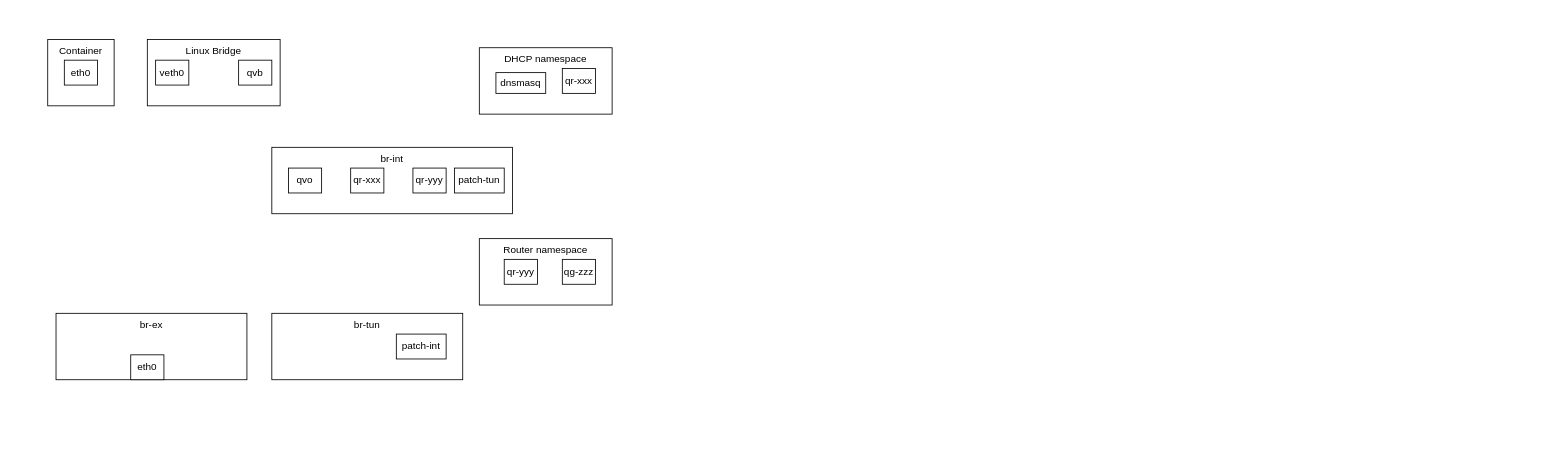
This is test.drawio from wangkuntian/draw, a draw.io file, before an edit. Source tidied: cells renumbered, new cells numbered last; positions are measured from the earlier drawing's top-left corner, leaving out a move shared by most shapes. Both pictures are drawn from the tidied source at 83%, with x=0, y=0 at pixel (47, 39).
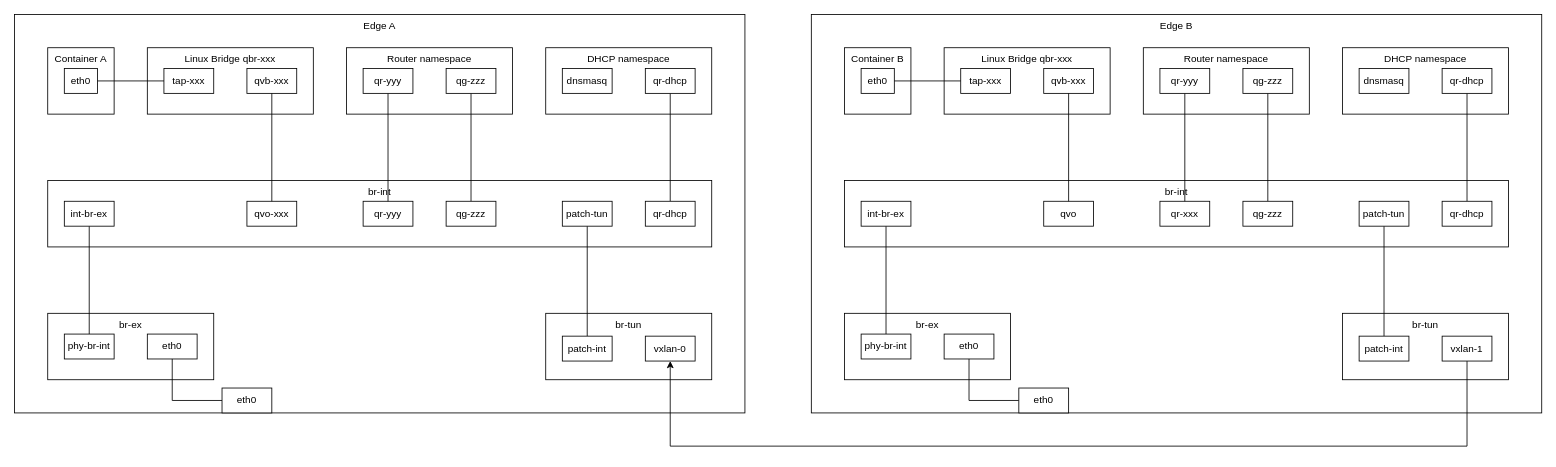
After the change.

The edit, as a diff of the source:
```diff
@@
+    <mxCell id="22" value="Edge A" style="rounded=0;whiteSpace=wrap;html=1;verticalAlign=top;" parent="1" vertex="1">
+      <mxGeometry x="-40" y="-30" width="880" height="480" as="geometry" />
+    </mxCell>
-    <mxCell id="2" value="Container" style="whiteSpace=wrap;html=1;verticalAlign=top;strokeColor=default;align=center;fontFamily=Helvetica;fontSize=12;fontColor=default;fillColor=default;" parent="1" vertex="1">
-      <mxGeometry width="80" height="80" as="geometry" />
+    <mxCell id="2" value="Container A" style="whiteSpace=wrap;html=1;verticalAlign=top;strokeColor=default;align=center;fontFamily=Helvetica;fontSize=12;fontColor=default;fillColor=default;" parent="1" vertex="1">
+      <mxGeometry y="10" width="80" height="80" as="geometry" />
     </mxCell>
     <mxCell id="3" value="eth0" style="rounded=0;whiteSpace=wrap;html=1;" parent="1" vertex="1">
-      <mxGeometry x="20" y="25" width="40" height="30" as="geometry" />
+      <mxGeometry x="20" y="35" width="40" height="30" as="geometry" />
     </mxCell>
-    <mxCell id="4" value="Linux Bridge" style="rounded=0;whiteSpace=wrap;html=1;verticalAlign=top;" parent="1" vertex="1">
-      <mxGeometry x="120" width="160" height="80" as="geometry" />
+    <mxCell id="4" value="Linux Bridge qbr-xxx" style="rounded=0;whiteSpace=wrap;html=1;verticalAlign=top;" parent="1" vertex="1">
+      <mxGeometry x="120" y="10" width="200" height="80" as="geometry" />
     </mxCell>
-    <mxCell id="5" value="veth0" style="rounded=0;whiteSpace=wrap;html=1;" parent="1" vertex="1">
-      <mxGeometry x="130" y="25" width="40" height="30" as="geometry" />
+    <mxCell id="5" value="tap-xxx" style="rounded=0;whiteSpace=wrap;html=1;" parent="1" vertex="1">
+      <mxGeometry x="140" y="35" width="60" height="30" as="geometry" />
     </mxCell>
-    <mxCell id="6" value="qvb" style="rounded=0;whiteSpace=wrap;html=1;" parent="1" vertex="1">
-      <mxGeometry x="230" y="25" width="40" height="30" as="geometry" />
+    <mxCell id="6" value="qvb-xxx" style="rounded=0;whiteSpace=wrap;html=1;" parent="1" vertex="1">
+      <mxGeometry x="240" y="35" width="60" height="30" as="geometry" />
     </mxCell>
     <mxCell id="7" value="br-int" style="rounded=0;whiteSpace=wrap;html=1;verticalAlign=top;" parent="1" vertex="1">
-      <mxGeometry x="270" y="130" width="290" height="80" as="geometry" />
+      <mxGeometry y="170" width="800" height="80" as="geometry" />
     </mxCell>
-    <mxCell id="8" value="qvo" style="rounded=0;whiteSpace=wrap;html=1;" parent="1" vertex="1">
-      <mxGeometry x="290" y="155" width="40" height="30" as="geometry" />
+    <mxCell id="8" value="qvo-xxx" style="rounded=0;whiteSpace=wrap;html=1;" parent="1" vertex="1">
+      <mxGeometry x="240" y="195" width="60" height="30" as="geometry" />
     </mxCell>
     <mxCell id="9" value="DHCP namespace" style="rounded=0;whiteSpace=wrap;html=1;verticalAlign=top;" parent="1" vertex="1">
-      <mxGeometry x="520" y="10" width="160" height="80" as="geometry" />
+      <mxGeometry x="600" y="10" width="200" height="80" as="geometry" />
     </mxCell>
+    <mxCell id="23" style="edgeStyle=orthogonalEdgeStyle;rounded=0;jettySize=auto;html=1;entryX=0.5;entryY=0;entryDx=0;entryDy=0;endArrow=none;startFill=0;" parent="1" edge="1" source="10" target="12">
+      <mxGeometry relative="1" as="geometry" />
+    </mxCell>
-    <mxCell id="10" value="qr-xxx" style="rounded=0;whiteSpace=wrap;html=1;" parent="1" vertex="1">
-      <mxGeometry x="620" y="35" width="40" height="30" as="geometry" />
+    <mxCell id="10" value="qr-dhcp" style="rounded=0;whiteSpace=wrap;html=1;" parent="1" vertex="1">
+      <mxGeometry x="720" y="35" width="60" height="30" as="geometry" />
     </mxCell>
-    <mxCell id="11" value="qr-xxx" style="rounded=0;whiteSpace=wrap;html=1;" parent="1" vertex="1">
-      <mxGeometry x="365" y="155" width="40" height="30" as="geometry" />
+    <mxCell id="11" value="qr-yyy" style="rounded=0;whiteSpace=wrap;html=1;" parent="1" vertex="1">
+      <mxGeometry x="380" y="195" width="60" height="30" as="geometry" />
     </mxCell>
-    <mxCell id="12" value="qr-yyy" style="rounded=0;whiteSpace=wrap;html=1;" parent="1" vertex="1">
-      <mxGeometry x="440" y="155" width="40" height="30" as="geometry" />
+    <mxCell id="12" value="qr-dhcp" style="rounded=0;whiteSpace=wrap;html=1;" parent="1" vertex="1">
+      <mxGeometry x="720" y="195" width="60" height="30" as="geometry" />
     </mxCell>
     <mxCell id="13" value="dnsmasq" style="rounded=0;whiteSpace=wrap;html=1;" parent="1" vertex="1">
-      <mxGeometry x="540" y="40" width="60" height="25" as="geometry" />
+      <mxGeometry x="620" y="35" width="60" height="30" as="geometry" />
     </mxCell>
     <mxCell id="14" value="Router namespace" style="rounded=0;whiteSpace=wrap;html=1;verticalAlign=top;" parent="1" vertex="1">
-      <mxGeometry x="520" y="240" width="160" height="80" as="geometry" />
+      <mxGeometry x="360" y="10" width="200" height="80" as="geometry" />
     </mxCell>
+    <mxCell id="24" style="edgeStyle=orthogonalEdgeStyle;rounded=0;jettySize=auto;html=1;entryX=0.5;entryY=0;entryDx=0;entryDy=0;endArrow=none;startFill=0;" parent="1" edge="1" source="15" target="11">
+      <mxGeometry relative="1" as="geometry" />
+    </mxCell>
     <mxCell id="15" value="qr-yyy" style="rounded=0;whiteSpace=wrap;html=1;" parent="1" vertex="1">
-      <mxGeometry x="550" y="265" width="40" height="30" as="geometry" />
+      <mxGeometry x="380" y="35" width="60" height="30" as="geometry" />
     </mxCell>
+    <mxCell id="25" style="edgeStyle=orthogonalEdgeStyle;rounded=0;jettySize=auto;html=1;entryX=0.5;entryY=0;entryDx=0;entryDy=0;endArrow=none;startFill=0;" parent="1" edge="1" source="16" target="32">
+      <mxGeometry relative="1" as="geometry" />
+    </mxCell>
     <mxCell id="16" value="qg-zzz" style="rounded=0;whiteSpace=wrap;html=1;" parent="1" vertex="1">
-      <mxGeometry x="620" y="265" width="40" height="30" as="geometry" />
+      <mxGeometry x="480" y="35" width="60" height="30" as="geometry" />
     </mxCell>
     <mxCell id="17" value="br-tun&lt;div&gt;&lt;br&gt;&lt;/div&gt;" style="rounded=0;whiteSpace=wrap;html=1;verticalAlign=top;" parent="1" vertex="1">
-      <mxGeometry x="270" y="330" width="230" height="80" as="geometry" />
+      <mxGeometry x="600" y="330" width="200" height="80" as="geometry" />
     </mxCell>
     <mxCell id="18" value="br-ex&lt;div&gt;&lt;br&gt;&lt;/div&gt;" style="rounded=0;whiteSpace=wrap;html=1;verticalAlign=top;" parent="1" vertex="1">
-      <mxGeometry x="10" y="330" width="230" height="80" as="geometry" />
+      <mxGeometry y="330" width="200" height="80" as="geometry" />
     </mxCell>
     <mxCell id="19" value="eth0" style="rounded=0;whiteSpace=wrap;html=1;" parent="1" vertex="1">
-      <mxGeometry x="100" y="380" width="40" height="30" as="geometry" />
+      <mxGeometry x="120" y="355" width="60" height="30" as="geometry" />
     </mxCell>
+    <mxCell id="26" style="edgeStyle=orthogonalEdgeStyle;rounded=0;jettySize=auto;html=1;entryX=0.5;entryY=1;entryDx=0;entryDy=0;endArrow=none;startFill=0;" parent="1" edge="1" source="20" target="21">
+      <mxGeometry relative="1" as="geometry" />
+    </mxCell>
     <mxCell id="20" value="patch-int" style="rounded=0;whiteSpace=wrap;html=1;" parent="1" vertex="1">
-      <mxGeometry x="420" y="355" width="60" height="30" as="geometry" />
+      <mxGeometry x="620" y="357.5" width="60" height="30" as="geometry" />
     </mxCell>
     <mxCell id="21" value="patch-tun" style="rounded=0;whiteSpace=wrap;html=1;" parent="1" vertex="1">
-      <mxGeometry x="490" y="155" width="60" height="30" as="geometry" />
+      <mxGeometry x="620" y="195" width="60" height="30" as="geometry" />
     </mxCell>
+    <mxCell id="27" style="edgeStyle=orthogonalEdgeStyle;rounded=0;jettySize=auto;html=1;endArrow=none;startFill=0;" parent="1" edge="1" source="28" target="29">
+      <mxGeometry relative="1" as="geometry" />
+    </mxCell>
+    <mxCell id="28" value="int-br-ex" style="rounded=0;whiteSpace=wrap;html=1;" parent="1" vertex="1">
+      <mxGeometry x="20" y="195" width="60" height="30" as="geometry" />
+    </mxCell>
+    <mxCell id="29" value="phy-br-int" style="rounded=0;whiteSpace=wrap;html=1;" parent="1" vertex="1">
+      <mxGeometry x="20" y="355" width="60" height="30" as="geometry" />
+    </mxCell>
+    <mxCell id="30" style="rounded=0;jettySize=auto;html=1;endArrow=none;endFill=1;startFill=0;edgeStyle=orthogonalEdgeStyle;" parent="1" edge="1" source="3" target="5">
+      <mxGeometry relative="1" as="geometry" />
+    </mxCell>
+    <mxCell id="31" style="edgeStyle=orthogonalEdgeStyle;rounded=0;jettySize=auto;html=1;entryX=0.5;entryY=0;entryDx=0;entryDy=0;endArrow=none;startFill=0;" parent="1" edge="1" source="6" target="8">
+      <mxGeometry relative="1" as="geometry" />
+    </mxCell>
+    <mxCell id="32" value="qg-zzz" style="rounded=0;whiteSpace=wrap;html=1;" parent="1" vertex="1">
+      <mxGeometry x="480" y="195" width="60" height="30" as="geometry" />
+    </mxCell>
+    <mxCell id="33" style="edgeStyle=orthogonalEdgeStyle;rounded=0;jettySize=auto;html=1;endArrow=none;startFill=0;" parent="1" edge="1" source="34" target="19">
+      <mxGeometry relative="1" as="geometry" />
+    </mxCell>
+    <mxCell id="34" value="eth0" style="rounded=0;whiteSpace=wrap;html=1;" parent="1" vertex="1">
+      <mxGeometry x="210" y="420" width="60" height="30" as="geometry" />
+    </mxCell>
+    <mxCell id="35" value="Edge B" style="rounded=0;whiteSpace=wrap;html=1;verticalAlign=top;" parent="1" vertex="1">
+      <mxGeometry x="920" y="-30" width="880" height="480" as="geometry" />
+    </mxCell>
+    <mxCell id="36" value="Container B" style="whiteSpace=wrap;html=1;verticalAlign=top;strokeColor=default;align=center;fontFamily=Helvetica;fontSize=12;fontColor=default;fillColor=default;" parent="1" vertex="1">
+      <mxGeometry x="960" y="10" width="80" height="80" as="geometry" />
+    </mxCell>
+    <mxCell id="37" value="eth0" style="rounded=0;whiteSpace=wrap;html=1;" parent="1" vertex="1">
+      <mxGeometry x="980" y="35" width="40" height="30" as="geometry" />
+    </mxCell>
+    <mxCell id="38" value="Linux Bridge qbr-xxx" style="rounded=0;whiteSpace=wrap;html=1;verticalAlign=top;" parent="1" vertex="1">
+      <mxGeometry x="1080" y="10" width="200" height="80" as="geometry" />
+    </mxCell>
+    <mxCell id="39" value="tap-xxx" style="rounded=0;whiteSpace=wrap;html=1;" parent="1" vertex="1">
+      <mxGeometry x="1100" y="35" width="60" height="30" as="geometry" />
+    </mxCell>
+    <mxCell id="40" value="qvb-xxx" style="rounded=0;whiteSpace=wrap;html=1;" parent="1" vertex="1">
+      <mxGeometry x="1200" y="35" width="60" height="30" as="geometry" />
+    </mxCell>
+    <mxCell id="41" value="br-int" style="rounded=0;whiteSpace=wrap;html=1;verticalAlign=top;" parent="1" vertex="1">
+      <mxGeometry x="960" y="170" width="800" height="80" as="geometry" />
+    </mxCell>
+    <mxCell id="42" value="qvo" style="rounded=0;whiteSpace=wrap;html=1;" parent="1" vertex="1">
+      <mxGeometry x="1200" y="195" width="60" height="30" as="geometry" />
+    </mxCell>
+    <mxCell id="43" value="DHCP namespace" style="rounded=0;whiteSpace=wrap;html=1;verticalAlign=top;" parent="1" vertex="1">
+      <mxGeometry x="1560" y="10" width="200" height="80" as="geometry" />
+    </mxCell>
+    <mxCell id="44" style="edgeStyle=orthogonalEdgeStyle;rounded=0;jettySize=auto;html=1;entryX=0.5;entryY=0;entryDx=0;entryDy=0;endArrow=none;startFill=0;" parent="1" edge="1" source="45" target="47">
+      <mxGeometry relative="1" as="geometry" />
+    </mxCell>
+    <mxCell id="45" value="qr-dhcp" style="rounded=0;whiteSpace=wrap;html=1;" parent="1" vertex="1">
+      <mxGeometry x="1680" y="35" width="60" height="30" as="geometry" />
+    </mxCell>
+    <mxCell id="46" value="qr-xxx" style="rounded=0;whiteSpace=wrap;html=1;" parent="1" vertex="1">
+      <mxGeometry x="1340" y="195" width="60" height="30" as="geometry" />
+    </mxCell>
+    <mxCell id="47" value="qr-dhcp" style="rounded=0;whiteSpace=wrap;html=1;" parent="1" vertex="1">
+      <mxGeometry x="1680" y="195" width="60" height="30" as="geometry" />
+    </mxCell>
+    <mxCell id="48" value="dnsmasq" style="rounded=0;whiteSpace=wrap;html=1;" parent="1" vertex="1">
+      <mxGeometry x="1580" y="35" width="60" height="30" as="geometry" />
+    </mxCell>
+    <mxCell id="49" value="Router namespace" style="rounded=0;whiteSpace=wrap;html=1;verticalAlign=top;" parent="1" vertex="1">
+      <mxGeometry x="1320" y="10" width="200" height="80" as="geometry" />
+    </mxCell>
+    <mxCell id="50" style="edgeStyle=orthogonalEdgeStyle;rounded=0;jettySize=auto;html=1;entryX=0.5;entryY=0;entryDx=0;entryDy=0;endArrow=none;startFill=0;" parent="1" edge="1" source="51" target="46">
+      <mxGeometry relative="1" as="geometry" />
+    </mxCell>
+    <mxCell id="51" value="qr-yyy" style="rounded=0;whiteSpace=wrap;html=1;" parent="1" vertex="1">
+      <mxGeometry x="1340" y="35" width="60" height="30" as="geometry" />
+    </mxCell>
+    <mxCell id="52" style="edgeStyle=orthogonalEdgeStyle;rounded=0;jettySize=auto;html=1;entryX=0.5;entryY=0;entryDx=0;entryDy=0;endArrow=none;startFill=0;" parent="1" edge="1" source="53" target="65">
+      <mxGeometry relative="1" as="geometry" />
+    </mxCell>
+    <mxCell id="53" value="qg-zzz" style="rounded=0;whiteSpace=wrap;html=1;" parent="1" vertex="1">
+      <mxGeometry x="1440" y="35" width="60" height="30" as="geometry" />
+    </mxCell>
+    <mxCell id="54" value="br-tun&lt;div&gt;&lt;br&gt;&lt;/div&gt;" style="rounded=0;whiteSpace=wrap;html=1;verticalAlign=top;" parent="1" vertex="1">
+      <mxGeometry x="1560" y="330" width="200" height="80" as="geometry" />
+    </mxCell>
+    <mxCell id="55" value="br-ex&lt;div&gt;&lt;br&gt;&lt;/div&gt;" style="rounded=0;whiteSpace=wrap;html=1;verticalAlign=top;" parent="1" vertex="1">
+      <mxGeometry x="960" y="330" width="200" height="80" as="geometry" />
+    </mxCell>
+    <mxCell id="56" value="eth0" style="rounded=0;whiteSpace=wrap;html=1;" parent="1" vertex="1">
+      <mxGeometry x="1080" y="355" width="60" height="30" as="geometry" />
+    </mxCell>
+    <mxCell id="57" style="edgeStyle=orthogonalEdgeStyle;rounded=0;jettySize=auto;html=1;entryX=0.5;entryY=1;entryDx=0;entryDy=0;endArrow=none;startFill=0;" parent="1" edge="1" source="58" target="59">
+      <mxGeometry relative="1" as="geometry" />
+    </mxCell>
+    <mxCell id="58" value="patch-int" style="rounded=0;whiteSpace=wrap;html=1;" parent="1" vertex="1">
+      <mxGeometry x="1580" y="357.5" width="60" height="30" as="geometry" />
+    </mxCell>
+    <mxCell id="59" value="patch-tun" style="rounded=0;whiteSpace=wrap;html=1;" parent="1" vertex="1">
+      <mxGeometry x="1580" y="195" width="60" height="30" as="geometry" />
+    </mxCell>
+    <mxCell id="60" style="edgeStyle=orthogonalEdgeStyle;rounded=0;jettySize=auto;html=1;endArrow=none;startFill=0;" parent="1" edge="1" source="61" target="62">
+      <mxGeometry relative="1" as="geometry" />
+    </mxCell>
+    <mxCell id="61" value="int-br-ex" style="rounded=0;whiteSpace=wrap;html=1;" parent="1" vertex="1">
+      <mxGeometry x="980" y="195" width="60" height="30" as="geometry" />
+    </mxCell>
+    <mxCell id="62" value="phy-br-int" style="rounded=0;whiteSpace=wrap;html=1;" parent="1" vertex="1">
+      <mxGeometry x="980" y="355" width="60" height="30" as="geometry" />
+    </mxCell>
+    <mxCell id="63" style="rounded=0;jettySize=auto;html=1;endArrow=none;endFill=1;startFill=0;edgeStyle=orthogonalEdgeStyle;" parent="1" edge="1" source="37" target="39">
+      <mxGeometry relative="1" as="geometry" />
+    </mxCell>
+    <mxCell id="64" style="edgeStyle=orthogonalEdgeStyle;rounded=0;jettySize=auto;html=1;entryX=0.5;entryY=0;entryDx=0;entryDy=0;endArrow=none;startFill=0;" parent="1" edge="1" source="40" target="42">
+      <mxGeometry relative="1" as="geometry" />
+    </mxCell>
+    <mxCell id="65" value="qg-zzz" style="rounded=0;whiteSpace=wrap;html=1;" parent="1" vertex="1">
+      <mxGeometry x="1440" y="195" width="60" height="30" as="geometry" />
+    </mxCell>
+    <mxCell id="66" style="edgeStyle=orthogonalEdgeStyle;rounded=0;jettySize=auto;html=1;endArrow=none;startFill=0;" parent="1" edge="1" source="67" target="56">
+      <mxGeometry relative="1" as="geometry" />
+    </mxCell>
+    <mxCell id="67" value="eth0" style="rounded=0;whiteSpace=wrap;html=1;" parent="1" vertex="1">
+      <mxGeometry x="1170" y="420" width="60" height="30" as="geometry" />
+    </mxCell>
+    <mxCell id="68" value="vxlan-0" style="rounded=0;whiteSpace=wrap;html=1;" parent="1" vertex="1">
+      <mxGeometry x="720" y="357.5" width="60" height="30" as="geometry" />
+    </mxCell>
+    <mxCell id="69" style="edgeStyle=orthogonalEdgeStyle;rounded=0;jettySize=auto;html=1;entryX=0.5;entryY=1;entryDx=0;entryDy=0;" parent="1" edge="1" source="70" target="68">
+      <mxGeometry relative="1" as="geometry">
+        <Array as="points">
+          <mxPoint x="1710" y="490" />
+          <mxPoint x="750" y="490" />
+        </Array>
+      </mxGeometry>
+    </mxCell>
+    <mxCell id="70" value="vxlan-1" style="rounded=0;whiteSpace=wrap;html=1;" parent="1" vertex="1">
+      <mxGeometry x="1680" y="357.5" width="60" height="30" as="geometry" />
+    </mxCell>
```
